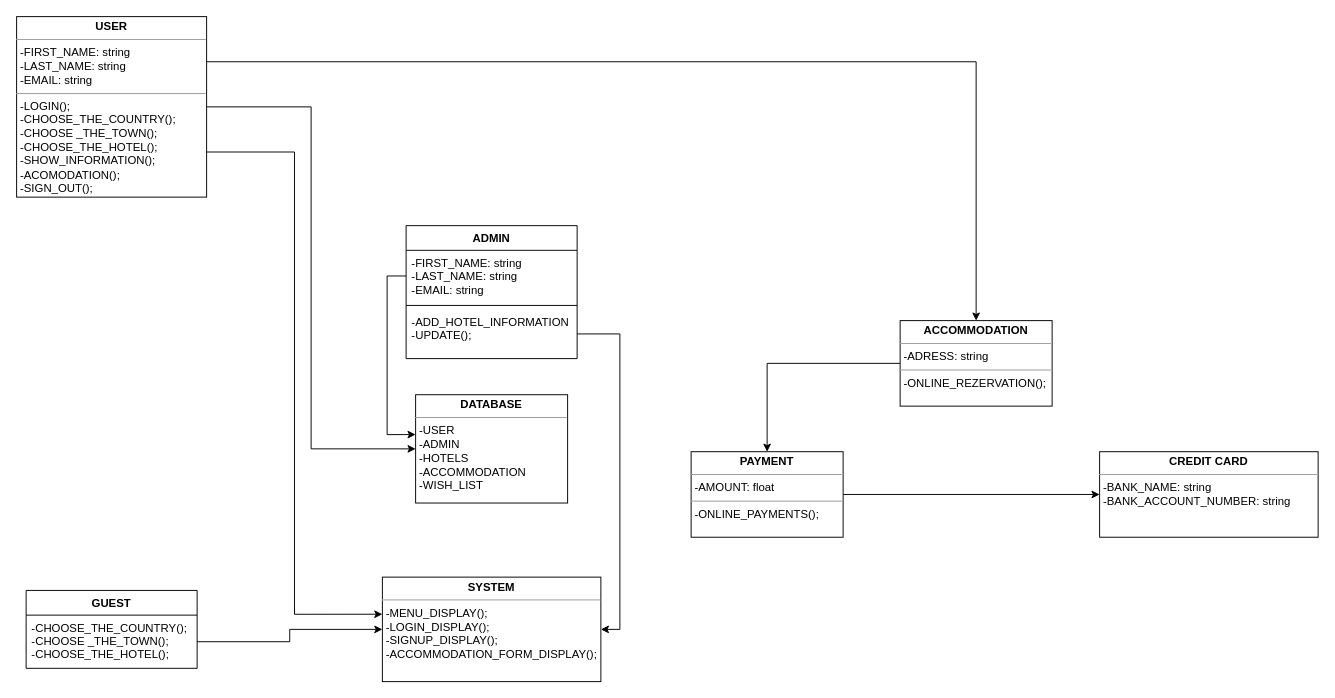
Daniela2712/PCLP-Proiect2019 keeps this draw.io diagram as Class Diagram.drawio. Above is the earlier version. Source tidied: cells renumbered, new cells numbered last; positions are measured from the earlier drawing's top-left corner, leaving out a move shared by most shapes. Both pictures are drawn from the tidied source at 95%, with x=0, y=0 at pixel (16, 16).
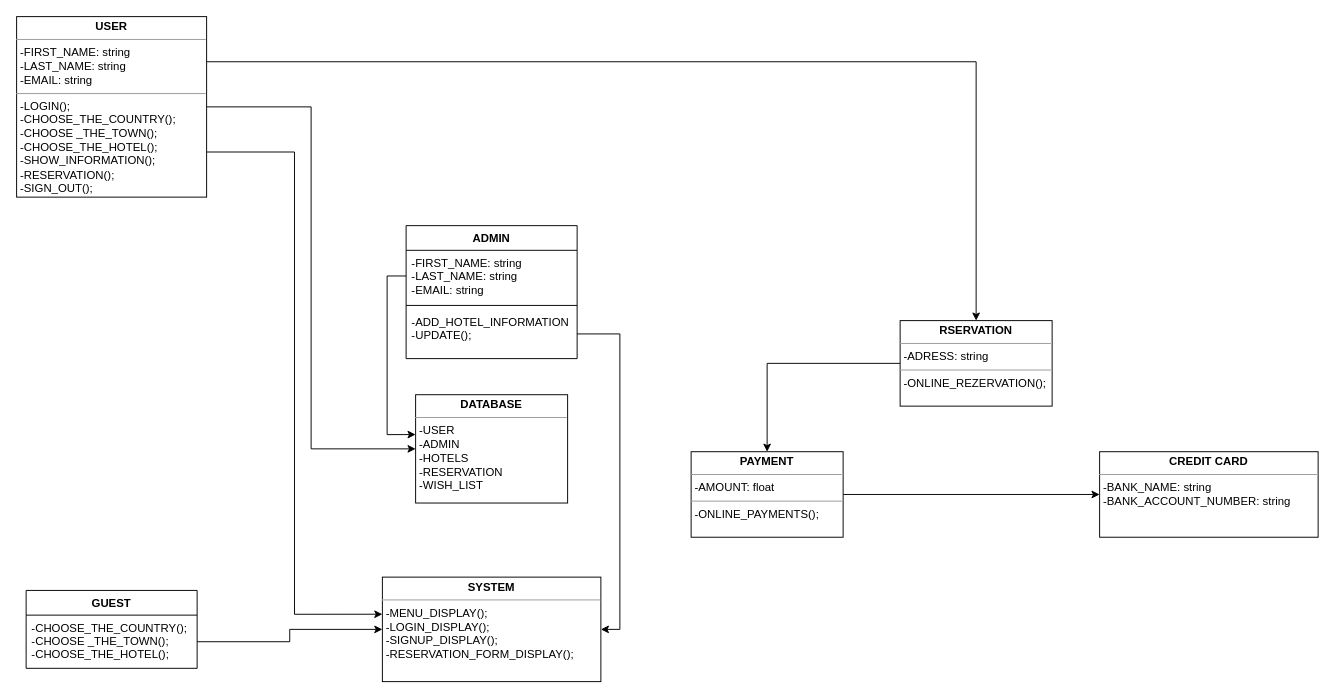
After the change.

Change to the diagram source:
```diff
@@
-    <mxCell id="5" value="&lt;p style=&quot;margin: 0px ; margin-top: 4px ; text-align: center&quot;&gt;&lt;b&gt;USER&lt;/b&gt;&lt;/p&gt;&lt;hr size=&quot;1&quot;&gt;&lt;p style=&quot;margin: 0px ; margin-left: 4px&quot;&gt;-FIRST_NAME: string&lt;/p&gt;&lt;p style=&quot;margin: 0px ; margin-left: 4px&quot;&gt;-LAST_NAME: string&lt;/p&gt;&lt;p style=&quot;margin: 0px ; margin-left: 4px&quot;&gt;-EMAIL: string&lt;/p&gt;&lt;hr size=&quot;1&quot;&gt;&lt;p style=&quot;margin: 0px ; margin-left: 4px&quot;&gt;-LOGIN();&lt;/p&gt;&lt;p style=&quot;margin: 0px ; margin-left: 4px&quot;&gt;-CHOOSE_THE_COUNTRY();&lt;/p&gt;&lt;p style=&quot;margin: 0px ; margin-left: 4px&quot;&gt;-CHOOSE _THE_TOWN();&lt;/p&gt;&lt;p style=&quot;margin: 0px ; margin-left: 4px&quot;&gt;-CHOOSE_THE_HOTEL();&lt;/p&gt;&lt;p style=&quot;margin: 0px ; margin-left: 4px&quot;&gt;-SHOW_INFORMATION();&lt;/p&gt;&lt;p style=&quot;margin: 0px ; margin-left: 4px&quot;&gt;-ACOMODATION();&lt;/p&gt;&lt;p style=&quot;margin: 0px ; margin-left: 4px&quot;&gt;-SIGN_OUT();&lt;/p&gt;&lt;p style=&quot;margin: 0px ; margin-left: 4px&quot;&gt;&lt;br&gt;&lt;/p&gt;" style="verticalAlign=top;align=left;overflow=fill;fontSize=12;fontFamily=Helvetica;html=1;" parent="1" vertex="1">
+    <mxCell id="5" value="&lt;p style=&quot;margin: 0px ; margin-top: 4px ; text-align: center&quot;&gt;&lt;b&gt;USER&lt;/b&gt;&lt;/p&gt;&lt;hr size=&quot;1&quot;&gt;&lt;p style=&quot;margin: 0px ; margin-left: 4px&quot;&gt;-FIRST_NAME: string&lt;/p&gt;&lt;p style=&quot;margin: 0px ; margin-left: 4px&quot;&gt;-LAST_NAME: string&lt;/p&gt;&lt;p style=&quot;margin: 0px ; margin-left: 4px&quot;&gt;-EMAIL: string&lt;/p&gt;&lt;hr size=&quot;1&quot;&gt;&lt;p style=&quot;margin: 0px ; margin-left: 4px&quot;&gt;-LOGIN();&lt;/p&gt;&lt;p style=&quot;margin: 0px ; margin-left: 4px&quot;&gt;-CHOOSE_THE_COUNTRY();&lt;/p&gt;&lt;p style=&quot;margin: 0px ; margin-left: 4px&quot;&gt;-CHOOSE _THE_TOWN();&lt;/p&gt;&lt;p style=&quot;margin: 0px ; margin-left: 4px&quot;&gt;-CHOOSE_THE_HOTEL();&lt;/p&gt;&lt;p style=&quot;margin: 0px ; margin-left: 4px&quot;&gt;-SHOW_INFORMATION();&lt;/p&gt;&lt;p style=&quot;margin: 0px ; margin-left: 4px&quot;&gt;-RESERVATION();&lt;/p&gt;&lt;p style=&quot;margin: 0px ; margin-left: 4px&quot;&gt;-SIGN_OUT();&lt;/p&gt;&lt;p style=&quot;margin: 0px ; margin-left: 4px&quot;&gt;&lt;br&gt;&lt;/p&gt;" style="verticalAlign=top;align=left;overflow=fill;fontSize=12;fontFamily=Helvetica;html=1;" parent="1" vertex="1">
       <mxGeometry width="200" height="190" as="geometry" />
     </mxCell>
@@
-    <mxCell id="12" value="&lt;p style=&quot;margin: 0px ; margin-top: 4px ; text-align: center&quot;&gt;&lt;b&gt;DATABASE&lt;/b&gt;&lt;/p&gt;&lt;hr size=&quot;1&quot;&gt;&lt;p style=&quot;margin: 0px ; margin-left: 4px&quot;&gt;-USER&lt;/p&gt;&lt;p style=&quot;margin: 0px ; margin-left: 4px&quot;&gt;-ADMIN&lt;/p&gt;&lt;p style=&quot;margin: 0px ; margin-left: 4px&quot;&gt;&lt;span&gt;-HOTELS&lt;/span&gt;&lt;/p&gt;&lt;p style=&quot;margin: 0px ; margin-left: 4px&quot;&gt;-ACCOMMODATION&lt;/p&gt;&lt;p style=&quot;margin: 0px ; margin-left: 4px&quot;&gt;-WISH_LIST&lt;/p&gt;" style="verticalAlign=top;align=left;overflow=fill;fontSize=12;fontFamily=Helvetica;html=1;" parent="1" vertex="1">
+    <mxCell id="12" value="&lt;p style=&quot;margin: 0px ; margin-top: 4px ; text-align: center&quot;&gt;&lt;b&gt;DATABASE&lt;/b&gt;&lt;/p&gt;&lt;hr size=&quot;1&quot;&gt;&lt;p style=&quot;margin: 0px ; margin-left: 4px&quot;&gt;-USER&lt;/p&gt;&lt;p style=&quot;margin: 0px ; margin-left: 4px&quot;&gt;-ADMIN&lt;/p&gt;&lt;p style=&quot;margin: 0px ; margin-left: 4px&quot;&gt;&lt;span&gt;-HOTELS&lt;/span&gt;&lt;/p&gt;&lt;p style=&quot;margin: 0px ; margin-left: 4px&quot;&gt;-RESERVATION&lt;/p&gt;&lt;p style=&quot;margin: 0px ; margin-left: 4px&quot;&gt;-WISH_LIST&lt;/p&gt;" style="verticalAlign=top;align=left;overflow=fill;fontSize=12;fontFamily=Helvetica;html=1;" parent="1" vertex="1">
       <mxGeometry x="420" y="398" width="160" height="114" as="geometry" />
     </mxCell>
-    <mxCell id="13" value="&lt;p style=&quot;margin: 0px ; margin-top: 4px ; text-align: center&quot;&gt;&lt;b&gt;SYSTEM&lt;/b&gt;&lt;/p&gt;&lt;hr size=&quot;1&quot;&gt;&lt;p style=&quot;margin: 0px ; margin-left: 4px&quot;&gt;-MENU_DISPLAY();&lt;/p&gt;&lt;p style=&quot;margin: 0px ; margin-left: 4px&quot;&gt;-LOGIN_DISPLAY();&lt;/p&gt;&lt;p style=&quot;margin: 0px ; margin-left: 4px&quot;&gt;-SIGNUP_DISPLAY();&lt;/p&gt;&lt;p style=&quot;margin: 0px ; margin-left: 4px&quot;&gt;-ACCOMMODATION_FORM_DISPLAY();&lt;/p&gt;&lt;p style=&quot;margin: 0px ; margin-left: 4px&quot;&gt;&lt;br&gt;&lt;/p&gt;" style="verticalAlign=top;align=left;overflow=fill;fontSize=12;fontFamily=Helvetica;html=1;" parent="1" vertex="1">
+    <mxCell id="13" value="&lt;p style=&quot;margin: 0px ; margin-top: 4px ; text-align: center&quot;&gt;&lt;b&gt;SYSTEM&lt;/b&gt;&lt;/p&gt;&lt;hr size=&quot;1&quot;&gt;&lt;p style=&quot;margin: 0px ; margin-left: 4px&quot;&gt;-MENU_DISPLAY();&lt;/p&gt;&lt;p style=&quot;margin: 0px ; margin-left: 4px&quot;&gt;-LOGIN_DISPLAY();&lt;/p&gt;&lt;p style=&quot;margin: 0px ; margin-left: 4px&quot;&gt;-SIGNUP_DISPLAY();&lt;/p&gt;&lt;p style=&quot;margin: 0px ; margin-left: 4px&quot;&gt;-RESERVATION_FORM_DISPLAY();&lt;/p&gt;&lt;p style=&quot;margin: 0px ; margin-left: 4px&quot;&gt;&lt;br&gt;&lt;/p&gt;" style="verticalAlign=top;align=left;overflow=fill;fontSize=12;fontFamily=Helvetica;html=1;" parent="1" vertex="1">
       <mxGeometry x="385" y="590" width="230" height="110" as="geometry" />
     </mxCell>
@@
-    <mxCell id="15" value="&lt;p style=&quot;margin: 0px ; margin-top: 4px ; text-align: center&quot;&gt;&lt;b&gt;ACCOMMODATION&lt;/b&gt;&lt;/p&gt;&lt;hr size=&quot;1&quot;&gt;&lt;p style=&quot;margin: 0px ; margin-left: 4px&quot;&gt;-ADRESS: string&lt;/p&gt;&lt;hr size=&quot;1&quot;&gt;&lt;p style=&quot;margin: 0px ; margin-left: 4px&quot;&gt;-ONLINE_REZERVATION();&lt;/p&gt;" style="verticalAlign=top;align=left;overflow=fill;fontSize=12;fontFamily=Helvetica;html=1;" parent="1" vertex="1">
+    <mxCell id="15" value="&lt;p style=&quot;margin: 0px ; margin-top: 4px ; text-align: center&quot;&gt;&lt;b&gt;RSERVATION&lt;/b&gt;&lt;/p&gt;&lt;hr size=&quot;1&quot;&gt;&lt;p style=&quot;margin: 0px ; margin-left: 4px&quot;&gt;-ADRESS: string&lt;/p&gt;&lt;hr size=&quot;1&quot;&gt;&lt;p style=&quot;margin: 0px ; margin-left: 4px&quot;&gt;-ONLINE_REZERVATION();&lt;/p&gt;" style="verticalAlign=top;align=left;overflow=fill;fontSize=12;fontFamily=Helvetica;html=1;" parent="1" vertex="1">
       <mxGeometry x="930" y="320" width="160" height="90" as="geometry" />
     </mxCell>
```
